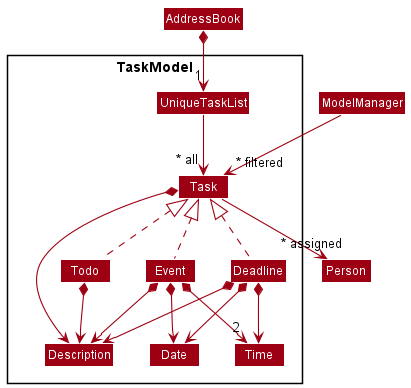
The PlantUML diagram docs/images/ModelTaskClassDiagram.png in nus-cs2103-AY2122S2/tp, before a commit. Source of this version:
```plantuml
@startuml
!include style.puml
skinparam arrowThickness 1.1
skinparam arrowColor MODEL_COLOR
skinparam classBackgroundColor MODEL_COLOR

Package TaskModel <<Rectangle>>{
Class Task
Class Todo
Class Event
Class Deadline
Class Date
Class Time
Class Description
Class UniqueTaskList

}

UniqueTaskList --> "~* all" Task
AddressBook *--> "1" UniqueTaskList
Task *-> Description
Todo .up.|> Task
Event .up.|> Task
Deadline .up.|> Task
Event *-->  "2" Time
Event *-->  Date
Deadline *-->  Date
Deadline *-->  Time
Todo *--> Description
Event *--> Description
Deadline *--> Description

ModelManager -->"~* filtered" Task
Task -->"~* assigned" Person
@enduml
```
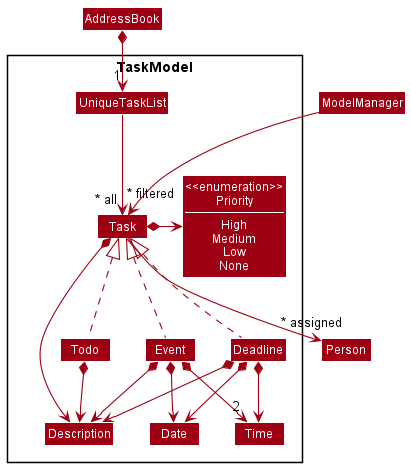
Later version of the same file.

The edit, as a diff of the source:
```diff
@@ -13,11 +13,13 @@
 Class Time
 Class Description
 Class UniqueTaskList
+Class "<<enumeration>>\nPriority\n----\nHigh\nMedium\nLow\nNone" as Priority
 
 }
 
 UniqueTaskList --> "~* all" Task
 AddressBook *--> "1" UniqueTaskList
+Task *-> Priority
 Task *-> Description
 Todo .up.|> Task
 Event .up.|> Task
```
